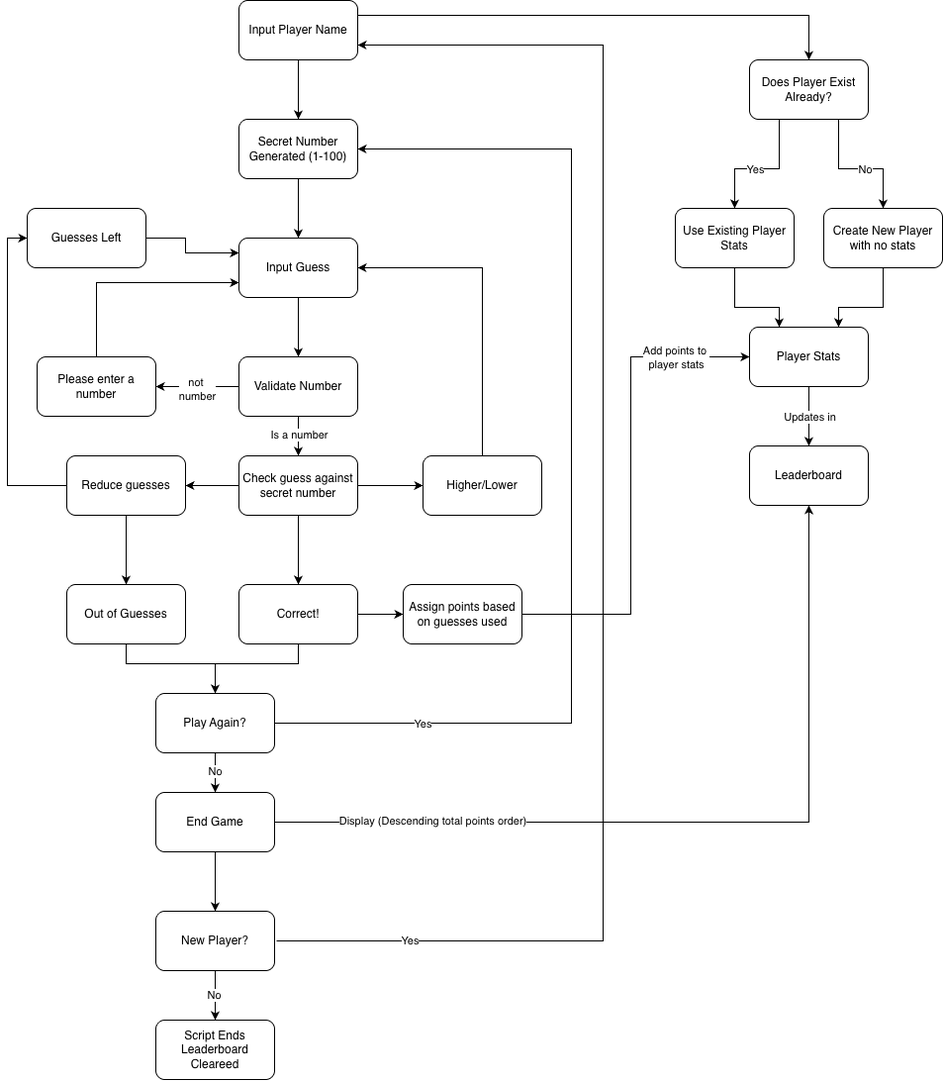
Above: GTN_Logic_Flowchart.png in joshmsterling/guess_the_number (draw.io), before the change. Source tidied: cells renumbered, new cells last; positions are measured from the earlier drawing's top-left corner, leaving out a move shared by most shapes.
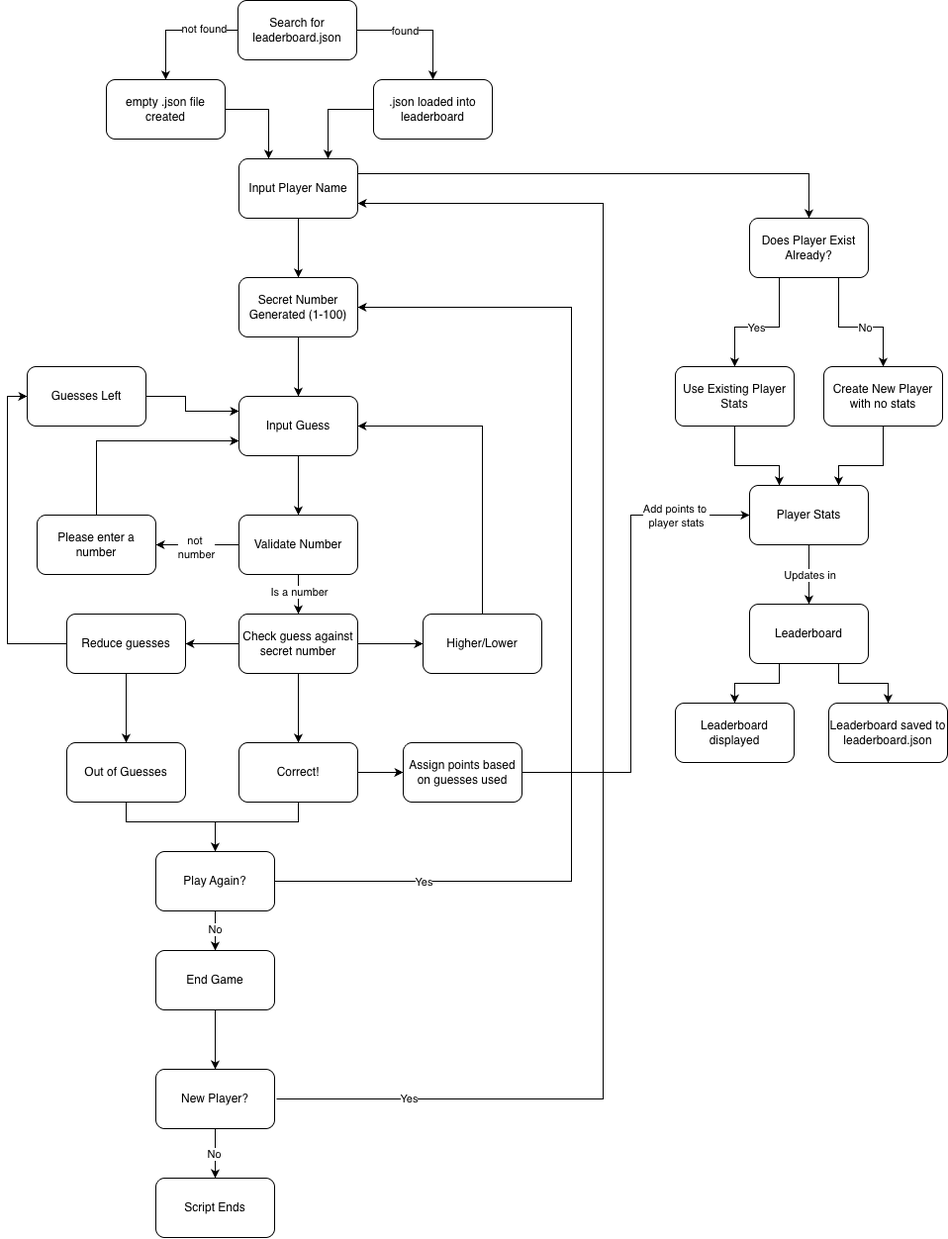
The same diagram one commit later.

Commit message:
Added local leaderboard saving using .json

The edit, as a diff of the source:
```diff
@@ -151,18 +151,6 @@
     <mxCell id="38" value="New Player?" style="rounded=1;whiteSpace=wrap;html=1;" parent="1" vertex="1">
       <mxGeometry x="150" y="920" width="120" height="60" as="geometry" />
     </mxCell>
-    <mxCell id="39" style="endArrow=classic;html=1;rounded=0;exitX=1;exitY=0.5;exitDx=0;exitDy=0;entryX=0.5;entryY=1;entryDx=0;entryDy=0;" parent="1" edge="1" source="27" target="60">
-      <mxGeometry relative="1" as="geometry">
-        <Array as="points">
-          <mxPoint x="810" y="830" />
-        </Array>
-      </mxGeometry>
-    </mxCell>
-    <mxCell id="40" value="Display (Descending total points order)" style="edgeLabel;html=1;align=center;verticalAlign=middle;" parent="39" vertex="1">
-      <mxGeometry x="-0.63" y="2" relative="1" as="geometry">
-        <mxPoint x="1" as="offset" />
-      </mxGeometry>
-    </mxCell>
     <mxCell id="41" style="endArrow=classic;html=1;rounded=0;exitX=0.5;exitY=1;exitDx=0;exitDy=0;entryX=0.5;entryY=0;entryDx=0;entryDy=0;" parent="1" edge="1" source="27" target="38">
       <mxGeometry relative="1" as="geometry" />
     </mxCell>
@@ -174,7 +162,7 @@
         <mxPoint x="-5" as="offset" />
       </mxGeometry>
     </mxCell>
-    <mxCell id="44" value="Script Ends Leaderboard Cleareed" style="rounded=1;whiteSpace=wrap;html=1;" parent="1" vertex="1">
+    <mxCell id="44" value="Script Ends" style="rounded=1;whiteSpace=wrap;html=1;" parent="1" vertex="1">
       <mxGeometry x="150" y="1030" width="120" height="60" as="geometry" />
     </mxCell>
     <mxCell id="45" style="endArrow=classic;html=1;rounded=0;exitX=1;exitY=0.5;exitDx=0;exitDy=0;entryX=1;entryY=0.75;entryDx=0;entryDy=0;" parent="1" edge="1" target="36">
@@ -276,5 +264,74 @@
         <mxPoint x="3" y="10" as="offset" />
       </mxGeometry>
     </mxCell>
+    <mxCell id="63" value="Leaderboard displayed" style="rounded=1;whiteSpace=wrap;html=1;" parent="1" vertex="1">
+      <mxGeometry x="675" y="550" width="120" height="60" as="geometry" />
+    </mxCell>
+    <mxCell id="64" value="Leaderboard saved to leaderboard.json" style="rounded=1;whiteSpace=wrap;html=1;" parent="1" vertex="1">
+      <mxGeometry x="830" y="550" width="120" height="60" as="geometry" />
+    </mxCell>
+    <mxCell id="65" style="endArrow=classic;html=1;rounded=0;exitX=0.25;exitY=1;exitDx=0;exitDy=0;entryX=0.5;entryY=0;entryDx=0;entryDy=0;" parent="1" edge="1" source="60" target="63">
+      <mxGeometry relative="1" as="geometry">
+        <Array as="points">
+          <mxPoint x="780" y="530" />
+          <mxPoint x="735" y="530" />
+        </Array>
+      </mxGeometry>
+    </mxCell>
+    <mxCell id="66" style="endArrow=classic;html=1;rounded=0;entryX=0.5;entryY=0;entryDx=0;entryDy=0;exitX=0.75;exitY=1;exitDx=0;exitDy=0;" parent="1" edge="1" source="60" target="64">
+      <mxGeometry relative="1" as="geometry">
+        <Array as="points">
+          <mxPoint x="840" y="530" />
+          <mxPoint x="890" y="530" />
+        </Array>
+      </mxGeometry>
+    </mxCell>
+    <mxCell id="67" value="Search for leaderboard.json" style="rounded=1;whiteSpace=wrap;html=1;" parent="1" vertex="1">
+      <mxGeometry x="233" y="-160" width="120" height="60" as="geometry" />
+    </mxCell>
+    <mxCell id="68" value="empty .json file created" style="rounded=1;whiteSpace=wrap;html=1;" parent="1" vertex="1">
+      <mxGeometry x="100" y="-80" width="120" height="60" as="geometry" />
+    </mxCell>
+    <mxCell id="69" style="endArrow=classic;html=1;rounded=0;exitX=0;exitY=0.5;exitDx=0;exitDy=0;entryX=0.5;entryY=0;entryDx=0;entryDy=0;" parent="1" edge="1" source="67" target="68">
+      <mxGeometry relative="1" as="geometry">
+        <Array as="points">
+          <mxPoint x="160" y="-130" />
+        </Array>
+      </mxGeometry>
+    </mxCell>
+    <mxCell id="70" value="not found" style="edgeLabel;html=1;align=center;verticalAlign=middle;" parent="69" vertex="1">
+      <mxGeometry x="-0.44" y="-2" relative="1" as="geometry">
+        <mxPoint x="-1" as="offset" />
+      </mxGeometry>
+    </mxCell>
+    <mxCell id="71" style="endArrow=classic;html=1;rounded=0;exitX=1;exitY=0.5;exitDx=0;exitDy=0;entryX=0.25;entryY=0;entryDx=0;entryDy=0;" parent="1" edge="1" source="68" target="36">
+      <mxGeometry relative="1" as="geometry">
+        <Array as="points">
+          <mxPoint x="264" y="-50" />
+        </Array>
+      </mxGeometry>
+    </mxCell>
+    <mxCell id="72" value=".json loaded into leaderboard" style="rounded=1;whiteSpace=wrap;html=1;" parent="1" vertex="1">
+      <mxGeometry x="370" y="-80" width="120" height="60" as="geometry" />
+    </mxCell>
+    <mxCell id="73" style="endArrow=classic;html=1;rounded=0;exitX=1;exitY=0.5;exitDx=0;exitDy=0;entryX=0.5;entryY=0;entryDx=0;entryDy=0;" parent="1" edge="1" source="67" target="72">
+      <mxGeometry relative="1" as="geometry">
+        <Array as="points">
+          <mxPoint x="430" y="-130" />
+        </Array>
+      </mxGeometry>
+    </mxCell>
+    <mxCell id="74" value="found" style="edgeLabel;html=1;align=center;verticalAlign=middle;" parent="73" vertex="1">
+      <mxGeometry x="-0.44" y="-2" relative="1" as="geometry">
+        <mxPoint x="13" y="-2" as="offset" />
+      </mxGeometry>
+    </mxCell>
+    <mxCell id="75" style="endArrow=classic;html=1;rounded=0;exitX=0;exitY=0.5;exitDx=0;exitDy=0;entryX=0.75;entryY=0;entryDx=0;entryDy=0;" parent="1" edge="1" source="72" target="36">
+      <mxGeometry relative="1" as="geometry">
+        <Array as="points">
+          <mxPoint x="324" y="-50" />
+        </Array>
+      </mxGeometry>
+    </mxCell>
   </root>
 </mxGraphModel>
```
